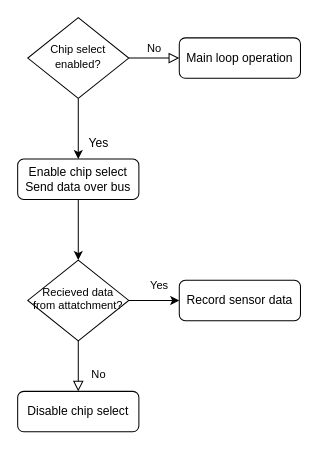
Before: test.dio in Kyle-912/HDL, a draw.io diagram. Source tidied: cells renumbered, new cells numbered last; positions are measured from the earlier drawing's top-left corner, leaving out a move shared by most shapes. Both pictures are drawn from the tidied source at 101%, with x=0, y=0 at pixel (17, 17).
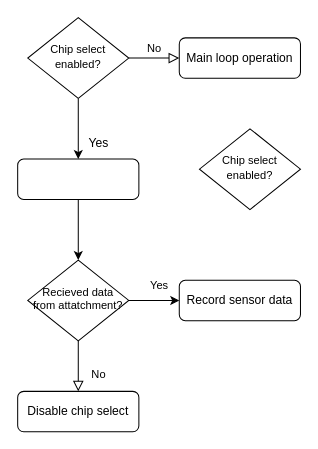
After the change.

Change to the diagram source:
```diff
@@
 <mxGraphModel>
   <root>
     <mxCell id="0" />
     <mxCell id="1" parent="0" />
     <mxCell id="2" style="edgeStyle=none;html=1;exitX=0.5;exitY=1;exitDx=0;exitDy=0;entryX=0.5;entryY=0;entryDx=0;entryDy=0;" parent="1" edge="1" source="3" target="10">
       <mxGeometry relative="1" as="geometry" />
     </mxCell>
-    <mxCell id="3" value="Enable chip select&lt;br&gt;Send data over bus" style="rounded=1;whiteSpace=wrap;html=1;fontSize=12;glass=0;strokeWidth=1;shadow=0;" parent="1" vertex="1">
+    <mxCell id="3" style="rounded=1;whiteSpace=wrap;html=1;fontSize=12;glass=0;strokeWidth=1;shadow=0;" parent="1" vertex="1">
       <mxGeometry y="140" width="120" height="40" as="geometry" />
     </mxCell>
     <mxCell id="4" value="No" style="edgeStyle=orthogonalEdgeStyle;rounded=0;html=1;jettySize=auto;fontSize=11;endArrow=block;endFill=0;endSize=8;strokeWidth=1;shadow=0;labelBackgroundColor=none;" parent="1" edge="1" source="6" target="7">
       <mxGeometry y="10" relative="1" as="geometry" />
     </mxCell>
     <mxCell id="5" style="edgeStyle=none;html=1;exitX=0.5;exitY=1;exitDx=0;exitDy=0;entryX=0.5;entryY=0;entryDx=0;entryDy=0;" parent="1" edge="1" source="6" target="3">
       <mxGeometry relative="1" as="geometry">
         <Array as="points">
           <mxPoint x="60" y="110" />
         </Array>
       </mxGeometry>
     </mxCell>
     <mxCell id="6" value="&lt;font style=&quot;font-size: 11px;&quot;&gt;Chip select enabled?&lt;/font&gt;" style="rhombus;whiteSpace=wrap;html=1;shadow=0;fontFamily=Helvetica;fontSize=12;align=center;strokeWidth=1;spacing=6;spacingTop=-4;" parent="1" vertex="1">
       <mxGeometry x="10" width="100" height="80" as="geometry" />
     </mxCell>
     <mxCell id="7" value="Main loop operation" style="rounded=1;whiteSpace=wrap;html=1;fontSize=12;glass=0;strokeWidth=1;shadow=0;" parent="1" vertex="1">
       <mxGeometry x="160" y="20" width="120" height="40" as="geometry" />
     </mxCell>
     <mxCell id="8" value="No" style="rounded=0;html=1;jettySize=auto;fontSize=11;endArrow=block;endFill=0;endSize=8;strokeWidth=1;shadow=0;labelBackgroundColor=none;edgeStyle=orthogonalEdgeStyle;" parent="1" edge="1" source="10" target="11">
       <mxGeometry x="0.33" y="20" relative="1" as="geometry" />
     </mxCell>
     <mxCell id="9" style="edgeStyle=none;html=1;exitX=1;exitY=0.5;exitDx=0;exitDy=0;entryX=0;entryY=0.5;entryDx=0;entryDy=0;fontSize=11;" parent="1" edge="1" source="10" target="12">
       <mxGeometry relative="1" as="geometry" />
     </mxCell>
     <mxCell id="10" value="&lt;p style=&quot;line-height: 110%; font-size: 11px;&quot;&gt;Recieved data from attatchment?&lt;/p&gt;" style="rhombus;whiteSpace=wrap;html=1;shadow=0;fontFamily=Helvetica;fontSize=12;align=center;strokeWidth=1;spacing=6;spacingTop=-4;" parent="1" vertex="1">
       <mxGeometry x="10" y="240" width="100" height="80" as="geometry" />
     </mxCell>
     <mxCell id="11" value="Disable chip select" style="rounded=1;whiteSpace=wrap;html=1;fontSize=12;glass=0;strokeWidth=1;shadow=0;" parent="1" vertex="1">
       <mxGeometry y="370" width="120" height="40" as="geometry" />
     </mxCell>
     <mxCell id="12" value="Record sensor data" style="rounded=1;whiteSpace=wrap;html=1;fontSize=12;glass=0;strokeWidth=1;shadow=0;" parent="1" vertex="1">
       <mxGeometry x="160" y="260" width="120" height="40" as="geometry" />
     </mxCell>
     <mxCell id="13" value="Yes" style="text;html=1;align=center;verticalAlign=middle;strokeColor=none;fillColor=none;" parent="1" vertex="1">
       <mxGeometry x="60" y="110" width="40" height="30" as="geometry" />
     </mxCell>
     <mxCell id="14" value="Yes" style="text;html=1;align=center;verticalAlign=middle;strokeColor=none;fillColor=none;fontSize=11;" parent="1" vertex="1">
       <mxGeometry x="120" y="250" width="40" height="30" as="geometry" />
     </mxCell>
+    <mxCell id="15" value="&lt;font style=&quot;font-size: 11px;&quot;&gt;Chip select enabled?&lt;/font&gt;" style="rhombus;whiteSpace=wrap;html=1;shadow=0;fontFamily=Helvetica;fontSize=12;align=center;strokeWidth=1;spacing=6;spacingTop=-4;" parent="1" vertex="1">
+      <mxGeometry x="180" y="110" width="100" height="80" as="geometry" />
+    </mxCell>
   </root>
 </mxGraphModel>
```
